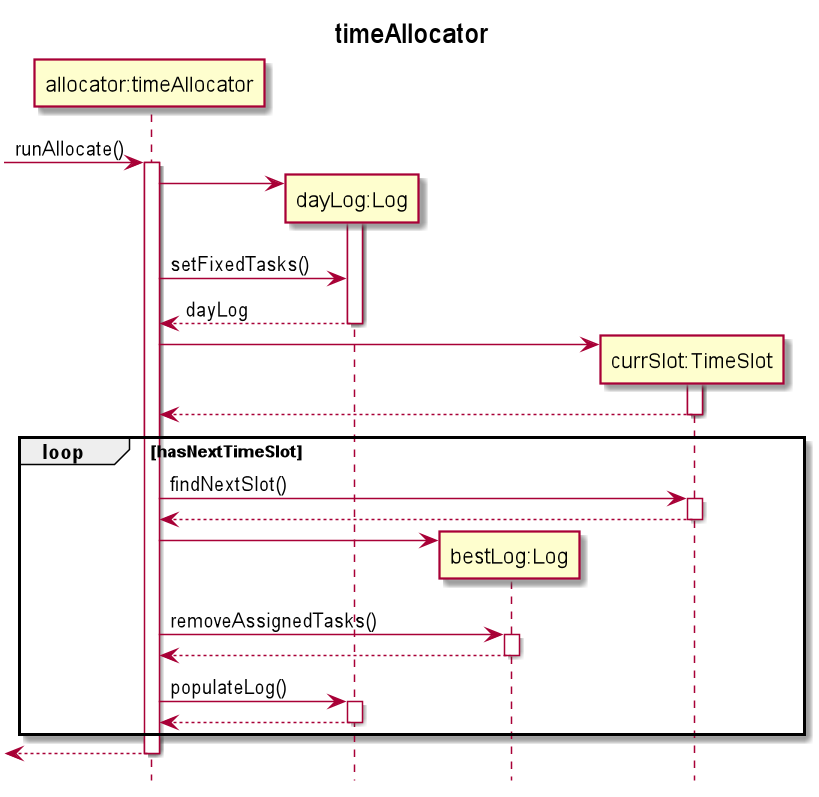
wish2023/tp keeps this PlantUML diagram as docs/sequenceDiagrams/TimeAllocator.png. Above is the earlier version.
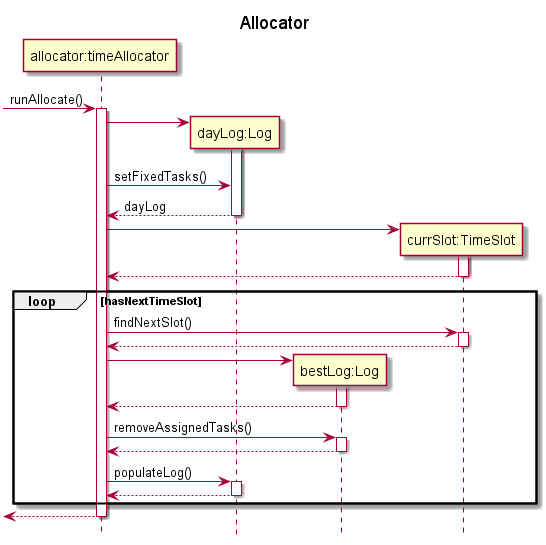
The same file after the commit.

The edit, as a diff of the source:
```diff
@@ -1,5 +1,5 @@
 @startuml
-title timeAllocator
+title Allocator
 hide footbox
 
 participant "allocator:timeAllocator" as timeAllocator
@@ -19,9 +19,12 @@
 timeAllocator->TimeSlot++:findNextSlot()
 return
 timeAllocator->Log**:
+activate Log
+return
 
 timeAllocator->Log++:removeAssignedTasks()
 return
+
 
 timeAllocator->log++:populateLog()
 return
```
